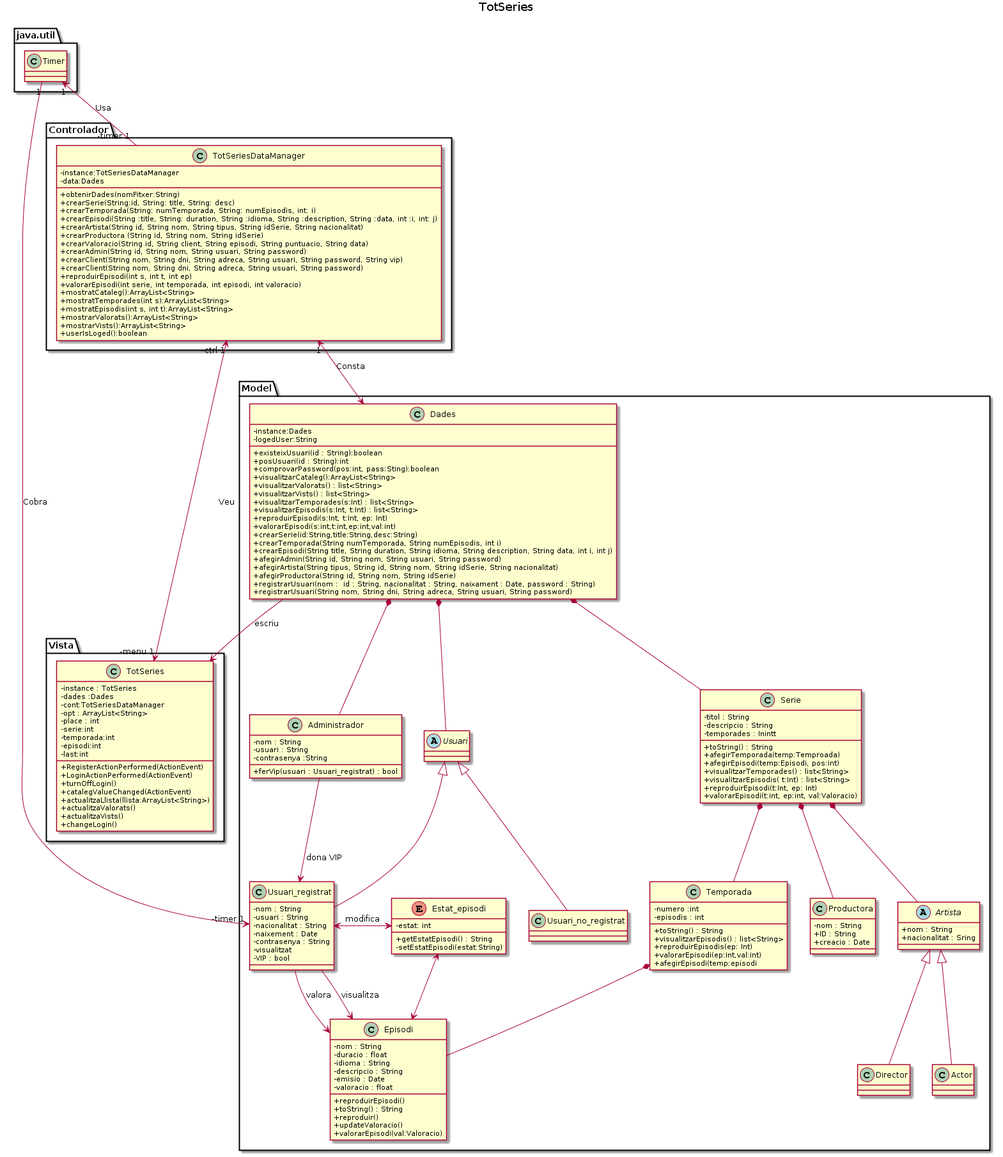
The PlantUML diagram Lab5/GrupA_BergantiñosAngelDiazFranciscoL1b/DCD/DCD.png in Ralleg314/DS, before a commit.
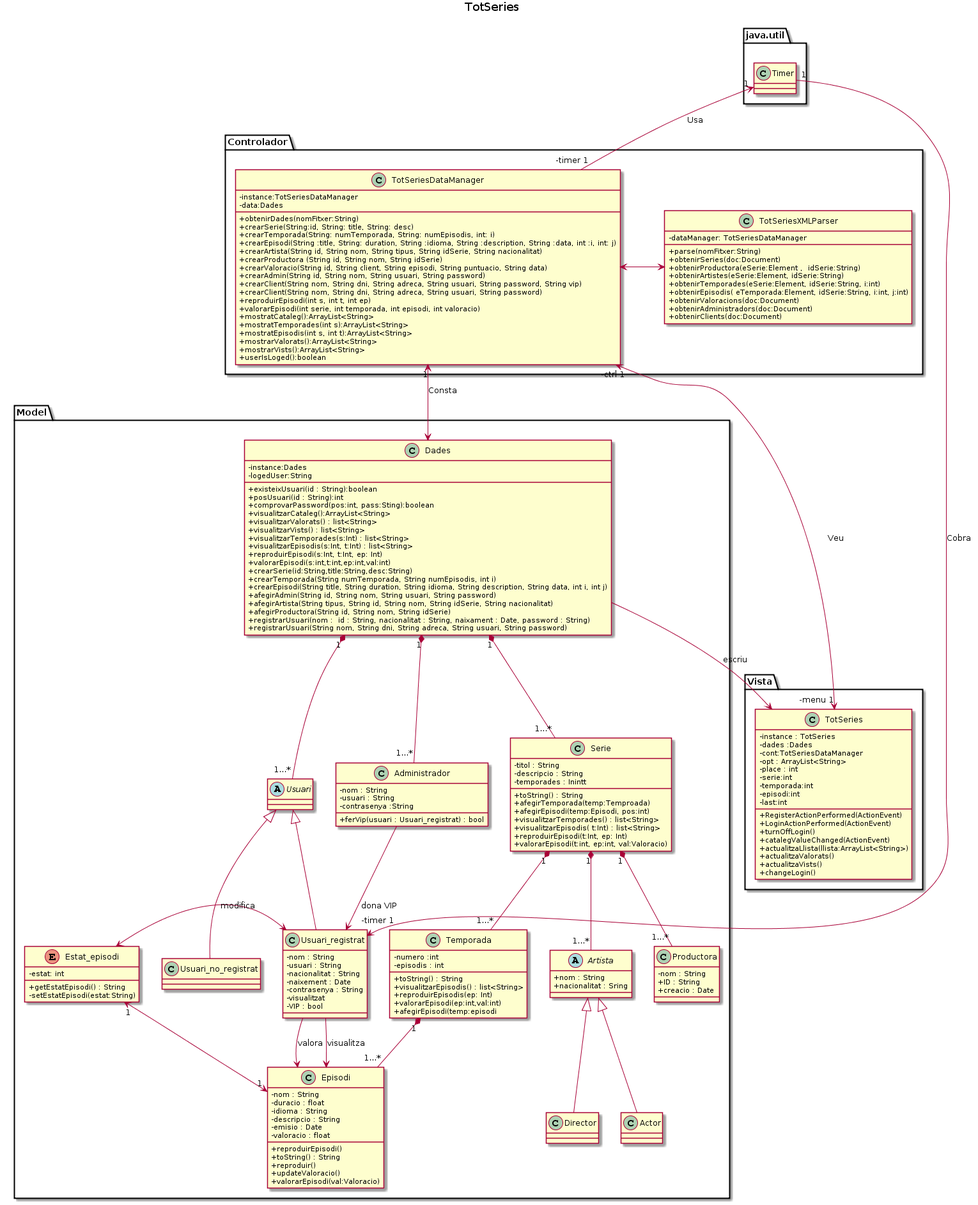
After the commit.

Change to the diagram source:
```diff
@@ -51,6 +51,21 @@
         +mostrarVists():ArrayList<String>
         +userIsLoged():boolean
     }
+
+    class TotSeriesXMLParser{
+        -dataManager: TotSeriesDataManager
+        +parse(nomFitxer:String)
+        +obtenirSeries(doc:Document)
+        +obtenirProductora(eSerie:Element ,  idSerie:String)
+        +obtenirArtistes(eSerie:Element, idSerie:String)
+        +obtenirTemporades(eSerie:Element, idSerie:String, i:int)
+        +obtenirEpisodis( eTemporada:Element, idSerie:String, i:int, j:int)
+        +obtenirValoracions(doc:Document)
+        +obtenirAdministradors(doc:Document)
+        +obtenirClients(doc:Document)
+    }
+
+    TotSeriesDataManager <-> TotSeriesXMLParser
 }
 namespace Model {
 
@@ -161,15 +176,15 @@
     class Actor{
     }
 
-    Dades *-- Serie
-    Serie *-- Productora
-    Serie *-- Temporada
-    Serie *-- Artista
-    Temporada *-- Episodi
-    Episodi <--> Estat_episodi
+    Dades "1"*--"1...*" Serie
+    Serie "1" *-- "1...*" Productora
+    Serie "1" *-- "1...*" Temporada
+    Serie "1" *-- "1...*" Artista
+    Temporada "1" *-- "1...*" Episodi
+    Episodi "1" <--> "1" Estat_episodi
 
-    Dades *-- Usuari
-    Dades *-- Administrador
+    Dades "1" *--"1...*" Usuari
+    Dades "1" *--"1...*" Administrador
     Usuari <|-- Usuari_registrat
     Usuari <|-- Usuari_no_registrat
     Administrador --> Usuari_registrat : dona VIP
```
